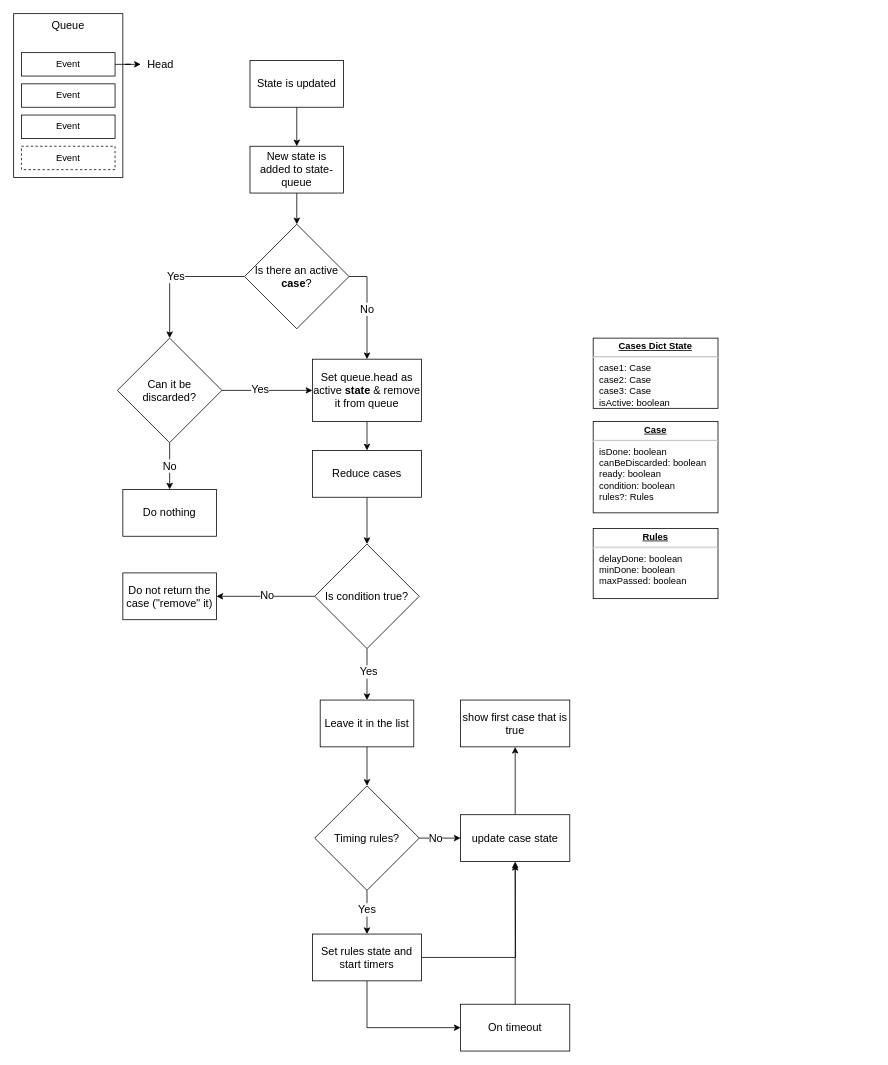
Before: Event-Queue.drawio in FredricW/diagrams, a draw.io diagram. Source tidied: cells renumbered, new cells numbered last; positions are measured from the earlier drawing's top-left corner, leaving out a move shared by most shapes. Both pictures are drawn from the tidied source at 78%, with x=0, y=0 at pixel (13, 13).
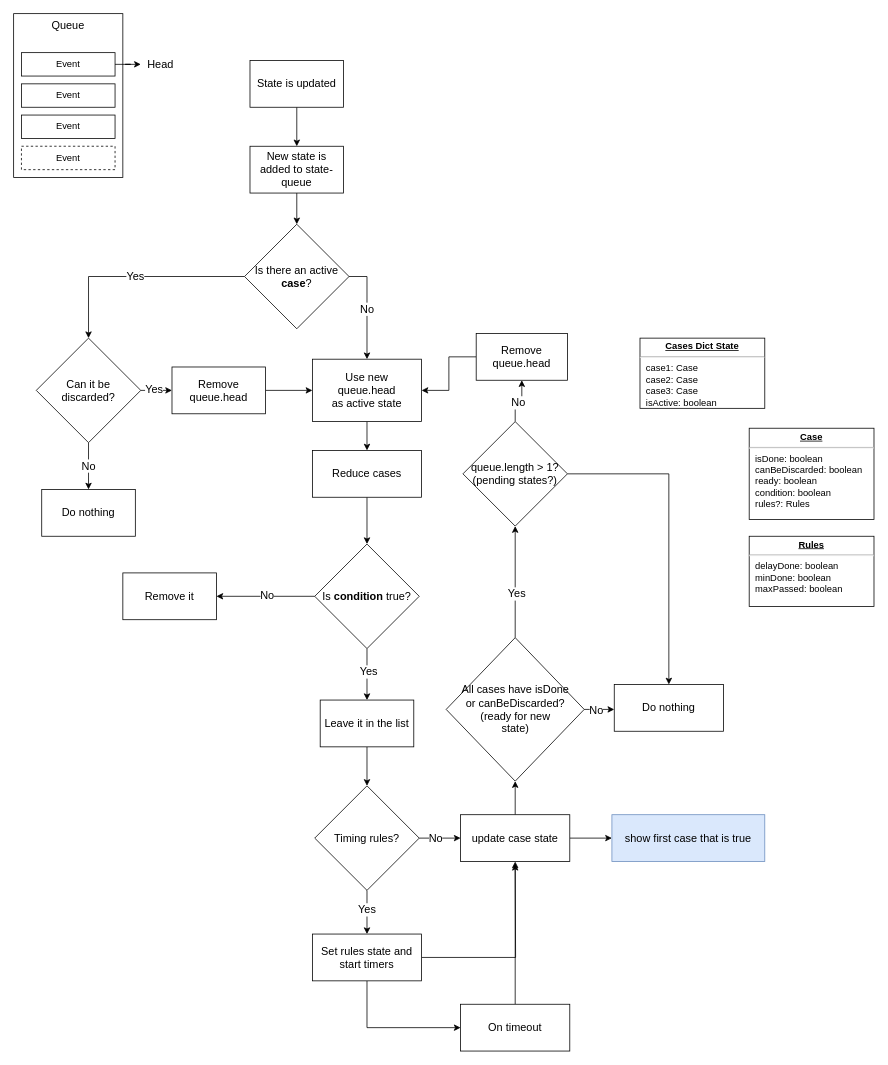
The same page after the edit.

Unchanged cells that the change refers to:
```xml
<mxCell id="8" value="Is there an active &lt;b&gt;case&lt;/b&gt;?" style="rhombus;whiteSpace=wrap;html=1;fontSize=14;" parent="1" vertex="1">
  <mxGeometry x="296" y="270" width="134" height="134" as="geometry" />
</mxCell>
<mxCell id="46" value="update case state" style="rounded=0;whiteSpace=wrap;html=1;fontSize=14;" parent="1" vertex="1">
  <mxGeometry x="573" y="1027" width="140" height="60" as="geometry" />
</mxCell>
```

What changed in the source:
```diff
@@
     <mxCell id="6" value="Yes" style="edgeStyle=orthogonalEdgeStyle;rounded=0;jettySize=auto;html=1;exitX=0;exitY=0.5;exitDx=0;exitDy=0;fontSize=14;entryX=0.5;entryY=0;entryDx=0;entryDy=0;" parent="1" edge="1" source="8" target="16">
       <mxGeometry relative="1" as="geometry">
         <Array as="points">
-          <mxPoint x="200" y="337" />
+          <mxPoint x="96" y="337" />
         </Array>
       </mxGeometry>
     </mxCell>
@@
-    <mxCell id="10" value="Set queue.head as active &lt;b&gt;state&lt;/b&gt; &amp;amp; remove it from queue" style="rounded=0;whiteSpace=wrap;html=1;fontSize=14;" parent="1" vertex="1">
+    <mxCell id="10" value="Use new &lt;br&gt;queue.head&lt;br&gt;as active state" style="rounded=0;whiteSpace=wrap;html=1;fontSize=14;" parent="1" vertex="1">
       <mxGeometry x="383" y="443" width="140" height="80" as="geometry" />
     </mxCell>
@@
-    <mxCell id="14" style="edgeStyle=orthogonalEdgeStyle;rounded=0;jettySize=auto;html=1;exitX=1;exitY=0.5;exitDx=0;exitDy=0;entryX=0;entryY=0.5;entryDx=0;entryDy=0;fontSize=14;" parent="1" edge="1" source="16" target="10">
+    <mxCell id="14" style="edgeStyle=orthogonalEdgeStyle;rounded=0;jettySize=auto;html=1;exitX=1;exitY=0.5;exitDx=0;exitDy=0;entryX=0;entryY=0.5;entryDx=0;entryDy=0;fontSize=14;" parent="1" edge="1" source="16" target="61">
       <mxGeometry relative="1" as="geometry" />
     </mxCell>
@@
     <mxCell id="16" value="Can it be&lt;br&gt;discarded?" style="rhombus;whiteSpace=wrap;html=1;fontSize=14;" parent="1" vertex="1">
-      <mxGeometry x="133" y="416" width="134" height="134" as="geometry" />
+      <mxGeometry x="29" y="416" width="134" height="134" as="geometry" />
     </mxCell>
@@
     <mxCell id="23" value="Do nothing" style="rounded=0;whiteSpace=wrap;html=1;fontSize=14;" parent="1" vertex="1">
-      <mxGeometry x="140" y="610" width="120" height="60" as="geometry" />
+      <mxGeometry x="36" y="610" width="120" height="60" as="geometry" />
     </mxCell>
     <mxCell id="24" value="&lt;p style=&quot;margin: 0px ; margin-top: 4px ; text-align: center ; text-decoration: underline&quot;&gt;&lt;b&gt;Cases Dict State&lt;/b&gt;&lt;/p&gt;&lt;hr&gt;&lt;p style=&quot;margin: 0px ; margin-left: 8px&quot;&gt;case1: Case&lt;br&gt;case2: Case&lt;br&gt;case3: Case&lt;/p&gt;&lt;p style=&quot;margin: 0px ; margin-left: 8px&quot;&gt;isActive: boolean&lt;/p&gt;" style="verticalAlign=top;align=left;overflow=fill;fontSize=12;fontFamily=Helvetica;html=1;" parent="1" vertex="1">
-      <mxGeometry x="743" y="416" width="160" height="90" as="geometry" />
+      <mxGeometry x="803" y="416" width="160" height="90" as="geometry" />
     </mxCell>
     <mxCell id="25" value="&lt;p style=&quot;margin: 0px ; margin-top: 4px ; text-align: center ; text-decoration: underline&quot;&gt;&lt;b&gt;Case&lt;/b&gt;&lt;/p&gt;&lt;hr&gt;&lt;p style=&quot;margin: 0px ; margin-left: 8px&quot;&gt;isDone: boolean&lt;br&gt;canBeDiscarded: boolean&lt;br&gt;&lt;/p&gt;&lt;p style=&quot;margin: 0px ; margin-left: 8px&quot;&gt;ready: boolean&lt;/p&gt;&lt;p style=&quot;margin: 0px ; margin-left: 8px&quot;&gt;condition: boolean&lt;/p&gt;&lt;p style=&quot;margin: 0px ; margin-left: 8px&quot;&gt;rules?: Rules&lt;/p&gt;" style="verticalAlign=top;align=left;overflow=fill;fontSize=12;fontFamily=Helvetica;html=1;" parent="1" vertex="1">
-      <mxGeometry x="743" y="523" width="160" height="117" as="geometry" />
+      <mxGeometry x="943" y="531.5" width="160" height="117" as="geometry" />
     </mxCell>
     <mxCell id="26" value="&lt;p style=&quot;margin: 0px ; margin-top: 4px ; text-align: center ; text-decoration: underline&quot;&gt;&lt;b&gt;Rules&lt;/b&gt;&lt;/p&gt;&lt;hr&gt;&lt;p style=&quot;margin: 0px ; margin-left: 8px&quot;&gt;delayDone: boolean&lt;br&gt;minDone: boolean&lt;br&gt;&lt;/p&gt;&lt;p style=&quot;margin: 0px ; margin-left: 8px&quot;&gt;maxPassed: boolean&lt;/p&gt;" style="verticalAlign=top;align=left;overflow=fill;fontSize=12;fontFamily=Helvetica;html=1;" parent="1" vertex="1">
-      <mxGeometry x="743" y="660" width="160" height="90" as="geometry" />
+      <mxGeometry x="943" y="670" width="160" height="90" as="geometry" />
     </mxCell>
@@
-    <mxCell id="31" value="Is condition true?" style="rhombus;whiteSpace=wrap;html=1;fontSize=14;" parent="1" vertex="1">
+    <mxCell id="31" value="Is &lt;b&gt;condition&lt;/b&gt; true?" style="rhombus;whiteSpace=wrap;html=1;fontSize=14;" parent="1" vertex="1">
       <mxGeometry x="386" y="680" width="134" height="134" as="geometry" />
     </mxCell>
@@
-    <mxCell id="34" value="Do not return the case (&quot;remove&quot; it)" style="rounded=0;whiteSpace=wrap;html=1;fontSize=14;" parent="1" vertex="1">
+    <mxCell id="34" value="Remove it" style="rounded=0;whiteSpace=wrap;html=1;fontSize=14;" parent="1" vertex="1">
       <mxGeometry x="140" y="717" width="120" height="60" as="geometry" />
     </mxCell>
@@
-    <mxCell id="45" style="edgeStyle=orthogonalEdgeStyle;rounded=0;jettySize=auto;html=1;exitX=0.5;exitY=0;exitDx=0;exitDy=0;entryX=0.5;entryY=1;entryDx=0;entryDy=0;fontSize=14;" parent="1" edge="1" source="46" target="49">
+    <mxCell id="45" style="edgeStyle=orthogonalEdgeStyle;rounded=0;jettySize=auto;html=1;exitX=1;exitY=0.5;exitDx=0;exitDy=0;entryX=0;entryY=0.5;entryDx=0;entryDy=0;fontSize=14;" parent="1" edge="1" source="46" target="49">
       <mxGeometry relative="1" as="geometry" />
     </mxCell>
+    <mxCell id="50" style="edgeStyle=orthogonalEdgeStyle;rounded=0;jettySize=auto;html=1;exitX=0.5;exitY=0;exitDx=0;exitDy=0;entryX=0.5;entryY=1;entryDx=0;entryDy=0;fontSize=14;" parent="1" edge="1" source="46" target="55">
+      <mxGeometry relative="1" as="geometry" />
+    </mxCell>
@@
-    <mxCell id="49" value="show first case that is true" style="rounded=0;whiteSpace=wrap;html=1;fontSize=14;" parent="1" vertex="1">
-      <mxGeometry x="573" y="880" width="140" height="60" as="geometry" />
+    <mxCell id="49" value="show first case that is true" style="rounded=0;whiteSpace=wrap;html=1;fontSize=14;fillColor=#dae8fc;strokeColor=#6c8ebf;" parent="1" vertex="1">
+      <mxGeometry x="767" y="1027" width="196" height="60" as="geometry" />
     </mxCell>
+    <mxCell id="51" style="edgeStyle=orthogonalEdgeStyle;rounded=0;jettySize=auto;html=1;exitX=0.5;exitY=0;exitDx=0;exitDy=0;entryX=0.5;entryY=1;entryDx=0;entryDy=0;fontSize=14;" parent="1" edge="1" source="55" target="59">
+      <mxGeometry relative="1" as="geometry" />
+    </mxCell>
+    <mxCell id="52" value="Yes" style="edgeLabel;html=1;align=center;verticalAlign=middle;fontSize=14;" parent="51" vertex="1">
+      <mxGeometry x="-0.2" y="-1" relative="1" as="geometry" />
+    </mxCell>
+    <mxCell id="53" style="edgeStyle=orthogonalEdgeStyle;rounded=0;jettySize=auto;html=1;exitX=1;exitY=0.5;exitDx=0;exitDy=0;entryX=0;entryY=0.5;entryDx=0;entryDy=0;fontSize=14;" parent="1" edge="1" source="55">
+      <mxGeometry relative="1" as="geometry">
+        <mxPoint x="770" y="892" as="targetPoint" />
+      </mxGeometry>
+    </mxCell>
+    <mxCell id="54" value="No" style="edgeLabel;html=1;align=center;verticalAlign=middle;fontSize=14;" parent="53" vertex="1">
+      <mxGeometry x="-0.24" relative="1" as="geometry" />
+    </mxCell>
+    <mxCell id="55" value="All cases have isDone&lt;br&gt;or canBeDiscarded?&lt;br&gt;(ready for new&lt;br&gt;state)" style="rhombus;whiteSpace=wrap;html=1;fontSize=14;" parent="1" vertex="1">
+      <mxGeometry x="554.5" y="800" width="177" height="184" as="geometry" />
+    </mxCell>
+    <mxCell id="56" style="edgeStyle=orthogonalEdgeStyle;rounded=0;jettySize=auto;html=1;exitX=0.5;exitY=0;exitDx=0;exitDy=0;entryX=0.5;entryY=1;entryDx=0;entryDy=0;fontSize=14;" parent="1" edge="1" source="59" target="63">
+      <mxGeometry relative="1" as="geometry" />
+    </mxCell>
+    <mxCell id="57" value="No" style="edgeLabel;html=1;align=center;verticalAlign=middle;fontSize=14;" parent="56" vertex="1">
+      <mxGeometry x="-0.01" y="-2" relative="1" as="geometry" />
+    </mxCell>
+    <mxCell id="58" style="edgeStyle=orthogonalEdgeStyle;rounded=0;jettySize=auto;html=1;exitX=1;exitY=0.5;exitDx=0;exitDy=0;fontSize=14;" parent="1" edge="1" source="59" target="64">
+      <mxGeometry relative="1" as="geometry" />
+    </mxCell>
+    <mxCell id="59" value="queue.length &amp;gt; 1?&lt;br&gt;(pending states?)" style="rhombus;whiteSpace=wrap;html=1;fontSize=14;" parent="1" vertex="1">
+      <mxGeometry x="576" y="523" width="134" height="134" as="geometry" />
+    </mxCell>
+    <mxCell id="60" style="edgeStyle=orthogonalEdgeStyle;rounded=0;jettySize=auto;html=1;exitX=1;exitY=0.5;exitDx=0;exitDy=0;entryX=0;entryY=0.5;entryDx=0;entryDy=0;fontSize=14;" parent="1" edge="1" source="61" target="10">
+      <mxGeometry relative="1" as="geometry" />
+    </mxCell>
+    <mxCell id="61" value="Remove queue.head" style="rounded=0;whiteSpace=wrap;html=1;fontSize=14;" parent="1" vertex="1">
+      <mxGeometry x="203" y="453" width="120" height="60" as="geometry" />
+    </mxCell>
+    <mxCell id="62" style="edgeStyle=orthogonalEdgeStyle;rounded=0;jettySize=auto;html=1;exitX=0;exitY=0.5;exitDx=0;exitDy=0;entryX=1;entryY=0.5;entryDx=0;entryDy=0;fontSize=14;" parent="1" edge="1" source="63" target="10">
+      <mxGeometry relative="1" as="geometry" />
+    </mxCell>
+    <mxCell id="63" value="Remove queue.head" style="rounded=0;whiteSpace=wrap;html=1;fontSize=14;" parent="1" vertex="1">
+      <mxGeometry x="593" y="410" width="117" height="60" as="geometry" />
+    </mxCell>
+    <mxCell id="64" value="Do nothing" style="rounded=0;whiteSpace=wrap;html=1;fontSize=14;" parent="1" vertex="1">
+      <mxGeometry x="770" y="860" width="140" height="60" as="geometry" />
+    </mxCell>
```
